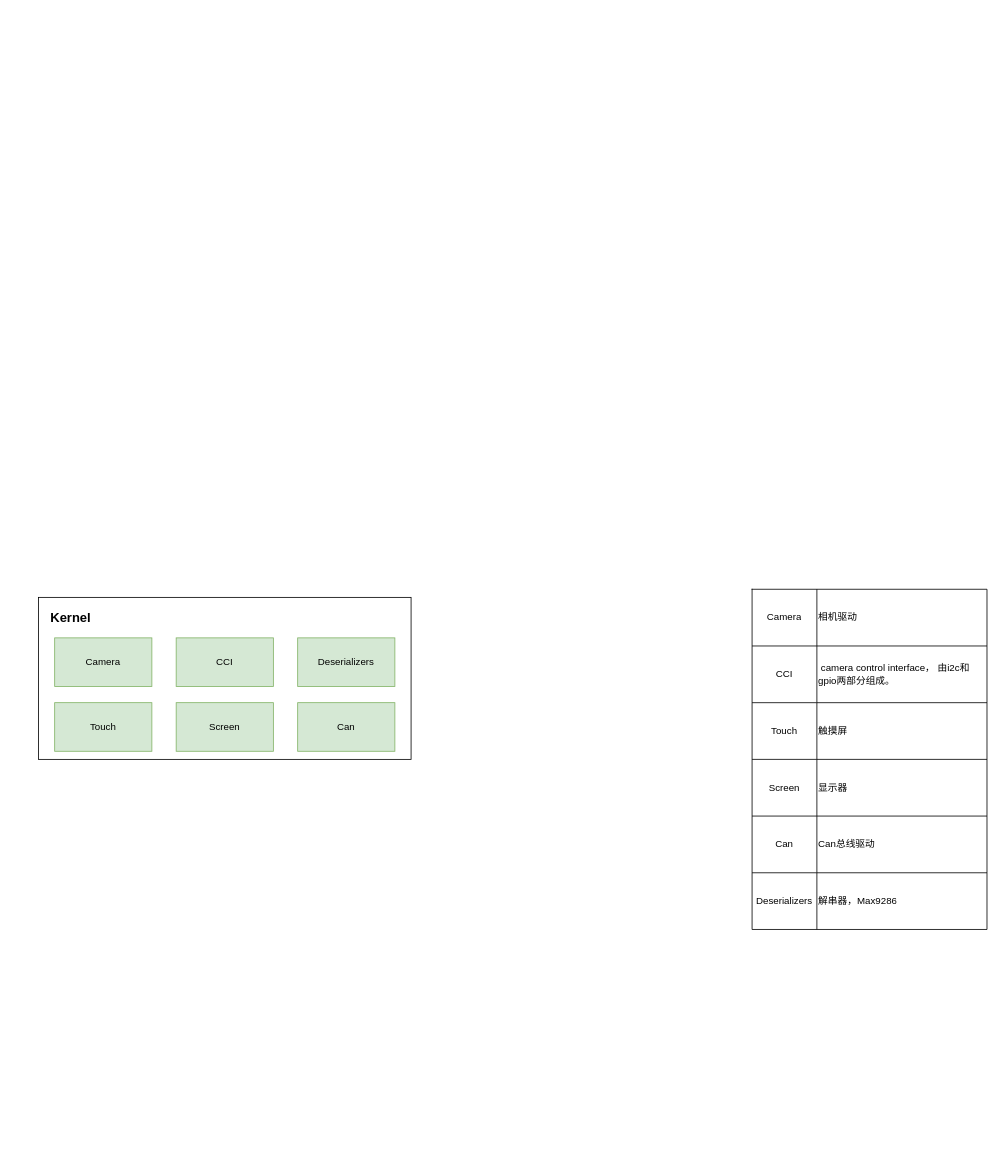
This is AVM1.0.drawio from bugquella/diagrams, a draw.io file, before an edit. Source tidied: cells renumbered, new cells numbered last; positions are measured from the earlier drawing's top-left corner, leaving out a move shared by most shapes. Both pictures are drawn from the tidied source at 81%, with x=0, y=0 at pixel (38, 589).
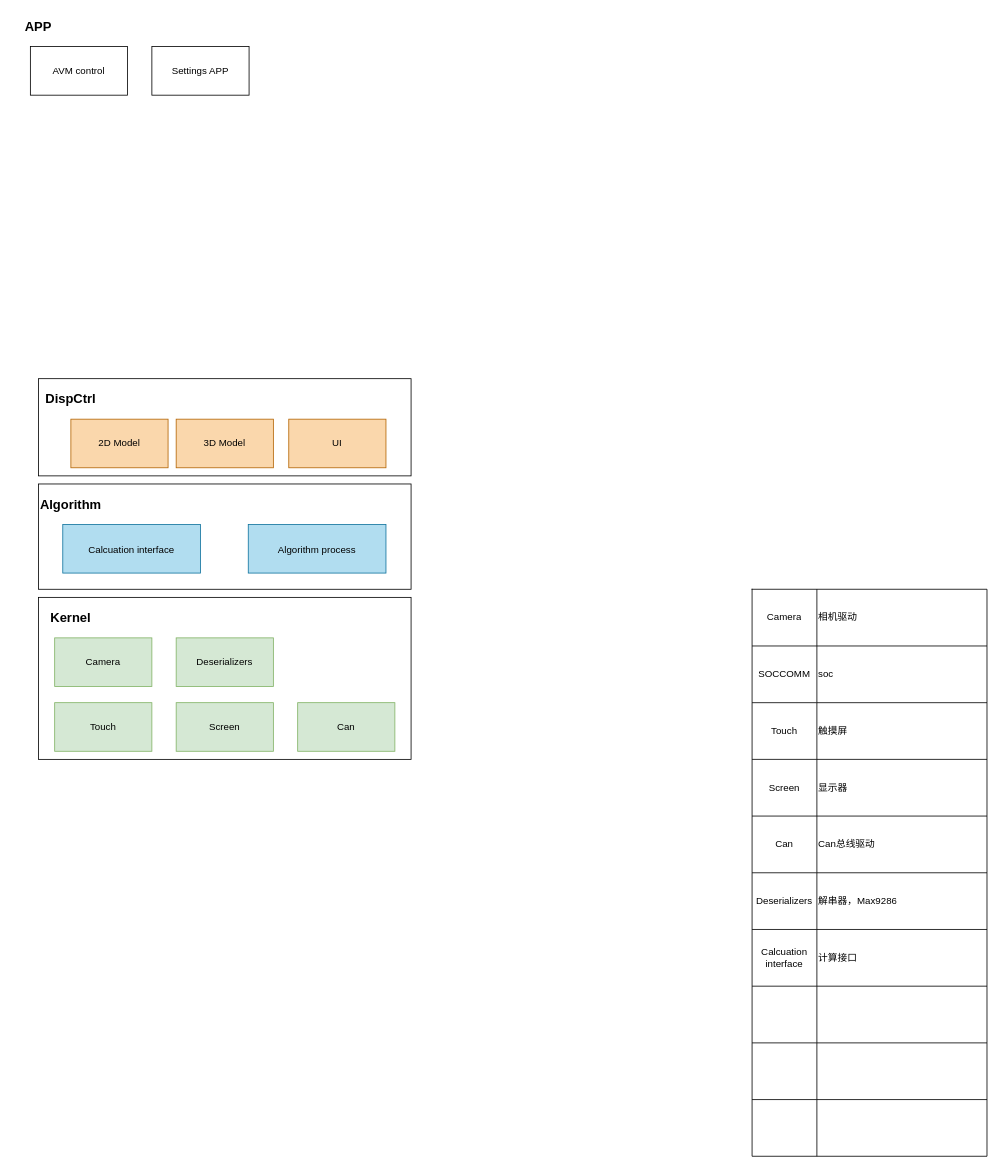
The same diagram, later.

The change refers to these unchanged cells:
```xml
<mxCell id="13" style="shape=tableRow;horizontal=0;startSize=0;swimlaneHead=0;swimlaneBody=0;top=0;left=0;bottom=0;right=0;fillColor=none;" parent="9" vertex="1">
  <mxGeometry y="70" width="290" height="70" as="geometry" />
</mxCell>
```

Change to the diagram source:
```diff
@@
+    <mxCell id="29" style="rounded=0;whiteSpace=wrap;html=1;fontSize=12;" parent="1" vertex="1">
+      <mxGeometry y="-260" width="460" height="120" as="geometry" />
+    </mxCell>
@@
-    <mxCell id="5" value="CCI" style="rounded=0;whiteSpace=wrap;html=1;fillColor=#d5e8d4;strokeColor=#82b366;" parent="1" vertex="1">
-      <mxGeometry x="170" y="60" width="120" height="60" as="geometry" />
-    </mxCell>
@@
     <mxCell id="7" value="Deserializers " style="rounded=0;whiteSpace=wrap;html=1;fillColor=#d5e8d4;strokeColor=#82b366;" parent="1" vertex="1">
-      <mxGeometry x="320" y="60" width="120" height="60" as="geometry" />
+      <mxGeometry x="170" y="60" width="120" height="60" as="geometry" />
     </mxCell>
@@
     <mxCell id="9" style="shape=table;html=1;whiteSpace=wrap;startSize=0;childLayout=tableLayout;align=left;" parent="1" vertex="1">
-      <mxGeometry x="881" width="290" height="420" as="geometry" />
+      <mxGeometry x="881" width="290" height="700" as="geometry" />
     </mxCell>
@@
-    <mxCell id="14" value="CCI" style="shape=partialRectangle;html=1;whiteSpace=wrap;fillColor=none;top=0;left=0;bottom=0;right=0;overflow=hidden;" parent="13" vertex="1">
+    <mxCell id="14" value="SOCCOMM" style="shape=partialRectangle;html=1;whiteSpace=wrap;fillColor=none;top=0;left=0;bottom=0;right=0;overflow=hidden;" parent="13" vertex="1">
       <mxGeometry width="80" height="70" as="geometry" />
     </mxCell>
-    <mxCell id="15" value="&lt;div align=&quot;left&quot;&gt;&amp;nbsp;camera control interface， 由i2c和gpio两部分组成。&lt;/div&gt;" style="shape=partialRectangle;html=1;whiteSpace=wrap;fillColor=none;top=0;left=0;bottom=0;right=0;overflow=hidden;align=left;" parent="13" vertex="1">
+    <mxCell id="15" value="soc" style="shape=partialRectangle;html=1;whiteSpace=wrap;fillColor=none;top=0;left=0;bottom=0;right=0;overflow=hidden;align=left;" parent="13" vertex="1">
       <mxGeometry x="80" width="210" height="70" as="geometry" />
     </mxCell>
@@
+    <mxCell id="30" style="shape=tableRow;horizontal=0;startSize=0;swimlaneHead=0;swimlaneBody=0;top=0;left=0;bottom=0;right=0;fillColor=none;" parent="9" vertex="1">
+      <mxGeometry y="420" width="290" height="70" as="geometry" />
+    </mxCell>
+    <mxCell id="31" value="Calcuation interface" style="shape=partialRectangle;html=1;whiteSpace=wrap;fillColor=none;top=0;left=0;bottom=0;right=0;overflow=hidden;" parent="30" vertex="1">
+      <mxGeometry width="80" height="70" as="geometry" />
+    </mxCell>
+    <mxCell id="32" value="计算接口" style="shape=partialRectangle;html=1;whiteSpace=wrap;fillColor=none;top=0;left=0;bottom=0;right=0;overflow=hidden;align=left;" parent="30" vertex="1">
+      <mxGeometry x="80" width="210" height="70" as="geometry" />
+    </mxCell>
+    <mxCell id="33" style="shape=tableRow;horizontal=0;startSize=0;swimlaneHead=0;swimlaneBody=0;top=0;left=0;bottom=0;right=0;fillColor=none;" parent="9" vertex="1">
+      <mxGeometry y="490" width="290" height="70" as="geometry" />
+    </mxCell>
+    <mxCell id="34" style="shape=partialRectangle;html=1;whiteSpace=wrap;fillColor=none;top=0;left=0;bottom=0;right=0;overflow=hidden;" parent="33" vertex="1">
+      <mxGeometry width="80" height="70" as="geometry" />
+    </mxCell>
+    <mxCell id="35" style="shape=partialRectangle;html=1;whiteSpace=wrap;fillColor=none;top=0;left=0;bottom=0;right=0;overflow=hidden;align=left;" parent="33" vertex="1">
+      <mxGeometry x="80" width="210" height="70" as="geometry" />
+    </mxCell>
+    <mxCell id="36" style="shape=tableRow;horizontal=0;startSize=0;swimlaneHead=0;swimlaneBody=0;top=0;left=0;bottom=0;right=0;fillColor=none;" parent="9" vertex="1">
+      <mxGeometry y="560" width="290" height="70" as="geometry" />
+    </mxCell>
+    <mxCell id="37" style="shape=partialRectangle;html=1;whiteSpace=wrap;fillColor=none;top=0;left=0;bottom=0;right=0;overflow=hidden;" parent="36" vertex="1">
+      <mxGeometry width="80" height="70" as="geometry" />
+    </mxCell>
+    <mxCell id="38" style="shape=partialRectangle;html=1;whiteSpace=wrap;fillColor=none;top=0;left=0;bottom=0;right=0;overflow=hidden;align=left;" parent="36" vertex="1">
+      <mxGeometry x="80" width="210" height="70" as="geometry" />
+    </mxCell>
+    <mxCell id="39" style="shape=tableRow;horizontal=0;startSize=0;swimlaneHead=0;swimlaneBody=0;top=0;left=0;bottom=0;right=0;fillColor=none;" parent="9" vertex="1">
+      <mxGeometry y="630" width="290" height="70" as="geometry" />
+    </mxCell>
+    <mxCell id="40" style="shape=partialRectangle;html=1;whiteSpace=wrap;fillColor=none;top=0;left=0;bottom=0;right=0;overflow=hidden;" parent="39" vertex="1">
+      <mxGeometry width="80" height="70" as="geometry" />
+    </mxCell>
+    <mxCell id="41" style="shape=partialRectangle;html=1;whiteSpace=wrap;fillColor=none;top=0;left=0;bottom=0;right=0;overflow=hidden;align=left;" parent="39" vertex="1">
+      <mxGeometry x="80" width="210" height="70" as="geometry" />
+    </mxCell>
@@
+    <mxCell id="42" style="rounded=0;whiteSpace=wrap;html=1;fontSize=16;" parent="1" vertex="1">
+      <mxGeometry y="-130" width="460" height="130" as="geometry" />
+    </mxCell>
+    <mxCell id="43" value="&lt;b&gt;Algorithm&lt;/b&gt;" style="text;html=1;strokeColor=none;fillColor=none;align=center;verticalAlign=middle;whiteSpace=wrap;rounded=0;fontSize=16;" parent="1" vertex="1">
+      <mxGeometry x="10" y="-120" width="60" height="30" as="geometry" />
+    </mxCell>
+    <mxCell id="44" value="&lt;font style=&quot;font-size: 12px&quot;&gt;Calcuation interface&lt;/font&gt;" style="rounded=0;whiteSpace=wrap;html=1;fontSize=16;fillColor=#b1ddf0;strokeColor=#10739e;" parent="1" vertex="1">
+      <mxGeometry x="30" y="-80" width="170" height="60" as="geometry" />
+    </mxCell>
+    <mxCell id="45" value="&lt;font style=&quot;font-size: 12px&quot;&gt;Algorithm process&lt;/font&gt;" style="rounded=0;whiteSpace=wrap;html=1;fontSize=16;fillColor=#b1ddf0;strokeColor=#10739e;" parent="1" vertex="1">
+      <mxGeometry x="259" y="-80" width="170" height="60" as="geometry" />
+    </mxCell>
+    <mxCell id="46" value="&lt;b&gt;&lt;font style=&quot;font-size: 16px&quot;&gt;DispCtrl&lt;/font&gt;&lt;/b&gt;" style="text;html=1;strokeColor=none;fillColor=none;align=center;verticalAlign=middle;whiteSpace=wrap;rounded=0;fontSize=12;" parent="1" vertex="1">
+      <mxGeometry x="10" y="-250" width="60" height="30" as="geometry" />
+    </mxCell>
+    <mxCell id="47" value="2D Model" style="rounded=0;whiteSpace=wrap;html=1;fontSize=12;fillColor=#fad7ac;strokeColor=#b46504;" parent="1" vertex="1">
+      <mxGeometry x="40" y="-210" width="120" height="60" as="geometry" />
+    </mxCell>
+    <mxCell id="48" value="3D Model" style="rounded=0;whiteSpace=wrap;html=1;fontSize=12;fillColor=#fad7ac;strokeColor=#b46504;" parent="1" vertex="1">
+      <mxGeometry x="170" y="-210" width="120" height="60" as="geometry" />
+    </mxCell>
+    <mxCell id="49" value="UI" style="rounded=0;whiteSpace=wrap;html=1;fontSize=12;fillColor=#fad7ac;strokeColor=#b46504;" parent="1" vertex="1">
+      <mxGeometry x="309" y="-210" width="120" height="60" as="geometry" />
+    </mxCell>
+    <mxCell id="50" value="AVM control" style="rounded=0;whiteSpace=wrap;html=1;fontSize=12;" parent="1" vertex="1">
+      <mxGeometry x="-10" y="-670" width="120" height="60" as="geometry" />
+    </mxCell>
+    <mxCell id="51" value="Settings APP " style="rounded=0;whiteSpace=wrap;html=1;fontSize=12;" parent="1" vertex="1">
+      <mxGeometry x="140" y="-670" width="120" height="60" as="geometry" />
+    </mxCell>
+    <mxCell id="52" value="&lt;font style=&quot;font-size: 16px&quot;&gt;&lt;b&gt;APP&lt;/b&gt;&lt;/font&gt;" style="text;html=1;strokeColor=none;fillColor=none;align=center;verticalAlign=middle;whiteSpace=wrap;rounded=0;fontSize=12;" parent="1" vertex="1">
+      <mxGeometry x="-30" y="-710" width="60" height="30" as="geometry" />
+    </mxCell>
```
